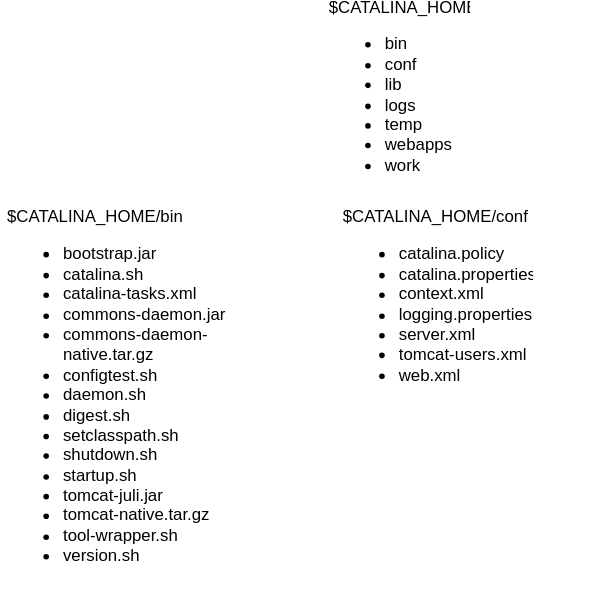
Before: tomcat distribution.svg, a diagram exported from draw.io (krisrad/graphics-tomcat). Source tidied: cells renumbered, new cells last; positions are measured from the earlier drawing's top-left corner, leaving out a move shared by most shapes. The source it was exported from:
```xml
<mxGraphModel background="#ffffff">
  <root>
    <mxCell id="0" />
    <mxCell id="1" parent="0" />
    <mxCell id="2" value="$CATALINA_HOME&lt;br&gt;&lt;ul&gt;&lt;li&gt;bin&lt;/li&gt;&lt;li&gt;conf&lt;/li&gt;&lt;li&gt;lib&lt;/li&gt;&lt;li&gt;logs&lt;/li&gt;&lt;li&gt;temp&lt;/li&gt;&lt;li&gt;webapps&lt;/li&gt;&lt;li&gt;work&lt;br&gt;&lt;/li&gt;&lt;/ul&gt;" style="text;html=1;strokeColor=none;fillColor=none;spacing=5;spacingTop=-20;whiteSpace=wrap;overflow=hidden;" parent="1" vertex="1">
      <mxGeometry x="230" width="190" height="120" as="geometry" />
    </mxCell>
    <mxCell id="3" value="$CATALINA_HOME/conf&lt;br&gt;&lt;ul&gt;&lt;li&gt;catalina.policy&lt;/li&gt;&lt;li&gt;catalina.properties&lt;br&gt;&lt;/li&gt;&lt;li&gt;context.xml&lt;br&gt;&lt;/li&gt;&lt;li&gt;logging.properties&lt;br&gt;&lt;/li&gt;&lt;li&gt;server.xml&lt;br&gt;&lt;/li&gt;&lt;li&gt;tomcat-users.xml&lt;br&gt;&lt;/li&gt;&lt;li&gt;web.xml&lt;br&gt;&lt;/li&gt;&lt;/ul&gt;" style="text;html=1;strokeColor=none;fillColor=none;spacing=5;spacingTop=-20;whiteSpace=wrap;overflow=hidden;" parent="1" vertex="1">
      <mxGeometry x="240" y="150" width="190" height="120" as="geometry" />
    </mxCell>
    <mxCell id="4" value="$CATALINA_HOME/bin&lt;br&gt;&lt;ul&gt;&lt;li&gt;bootstrap.jar&lt;br&gt;&lt;/li&gt;&lt;li&gt;catalina.sh&lt;br&gt;&lt;/li&gt;&lt;li&gt;catalina-tasks.xml&lt;br&gt;&lt;/li&gt;&lt;li&gt;commons-daemon.jar&lt;/li&gt;&lt;li&gt;commons-daemon-native.tar.gz&lt;br&gt;&lt;/li&gt;&lt;li&gt;configtest.sh&lt;br&gt;&lt;/li&gt;&lt;li&gt;daemon.sh&lt;br&gt;&lt;/li&gt;&lt;li&gt;digest.sh&lt;/li&gt;&lt;li&gt;setclasspath.sh&lt;/li&gt;&lt;li&gt;shutdown.sh&lt;/li&gt;&lt;li&gt;startup.sh&lt;/li&gt;&lt;li&gt;tomcat-juli.jar&lt;/li&gt;&lt;li&gt;tomcat-native.tar.gz&lt;/li&gt;&lt;li&gt;tool-wrapper.sh&lt;/li&gt;&lt;li&gt;version.sh&lt;br&gt;&lt;/li&gt;&lt;/ul&gt;" style="text;html=1;strokeColor=none;fillColor=none;spacing=5;spacingTop=-20;whiteSpace=wrap;overflow=hidden;" parent="1" vertex="1">
      <mxGeometry y="150" width="240" height="260" as="geometry" />
    </mxCell>
  </root>
</mxGraphModel>
```
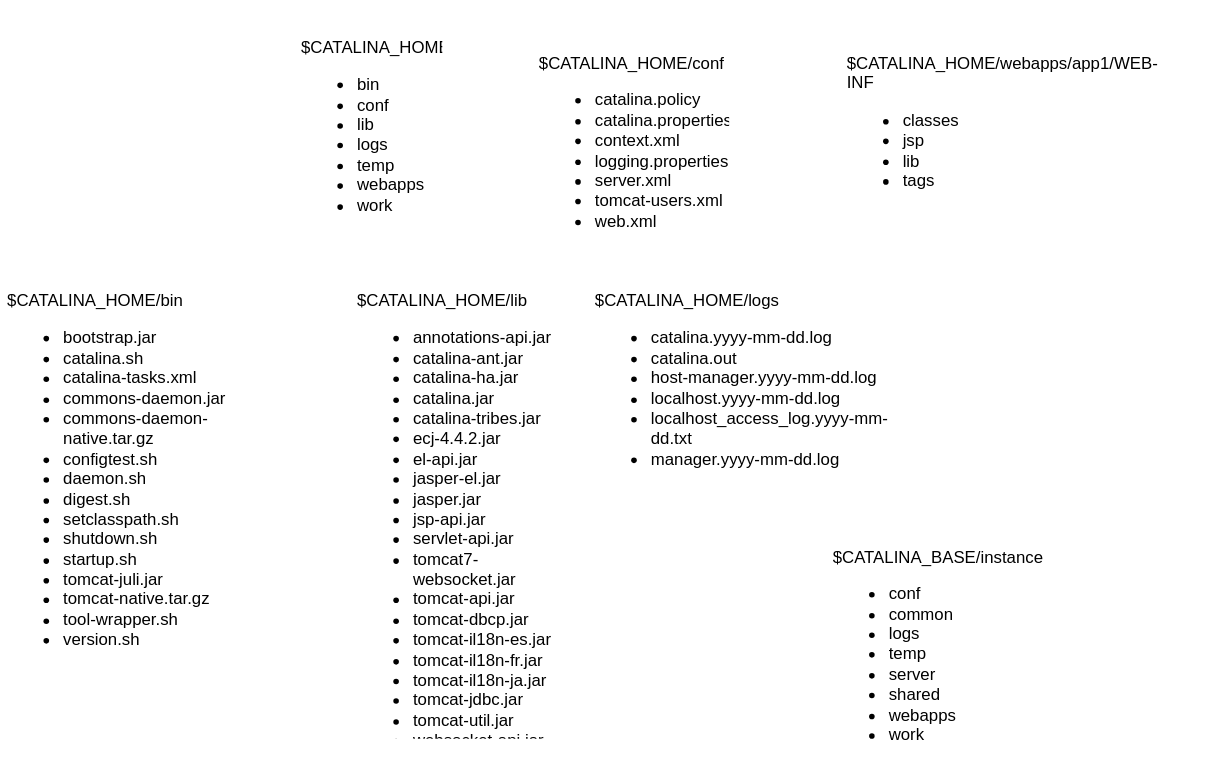
After the commit.

Change to the diagram source:
```diff
@@ -2,14 +2,26 @@
   <root>
     <mxCell id="0" />
     <mxCell id="1" parent="0" />
-    <mxCell id="2" value="$CATALINA_HOME&lt;br&gt;&lt;ul&gt;&lt;li&gt;bin&lt;/li&gt;&lt;li&gt;conf&lt;/li&gt;&lt;li&gt;lib&lt;/li&gt;&lt;li&gt;logs&lt;/li&gt;&lt;li&gt;temp&lt;/li&gt;&lt;li&gt;webapps&lt;/li&gt;&lt;li&gt;work&lt;br&gt;&lt;/li&gt;&lt;/ul&gt;" style="text;html=1;strokeColor=none;fillColor=none;spacing=5;spacingTop=-20;whiteSpace=wrap;overflow=hidden;" parent="1" vertex="1">
-      <mxGeometry x="230" width="190" height="120" as="geometry" />
+    <mxCell id="2" value="&lt;br&gt;&lt;br&gt;$CATALINA_HOME&lt;br&gt;&lt;ul&gt;&lt;li&gt;bin&lt;/li&gt;&lt;li&gt;conf&lt;/li&gt;&lt;li&gt;lib&lt;/li&gt;&lt;li&gt;logs&lt;/li&gt;&lt;li&gt;temp&lt;/li&gt;&lt;li&gt;webapps&lt;/li&gt;&lt;li&gt;work&lt;br&gt;&lt;/li&gt;&lt;/ul&gt;" style="text;html=1;strokeColor=none;fillColor=none;spacing=5;spacingTop=-20;whiteSpace=wrap;overflow=hidden;" parent="1" vertex="1">
+      <mxGeometry x="160" y="-110" width="190" height="160" as="geometry" />
     </mxCell>
     <mxCell id="3" value="$CATALINA_HOME/conf&lt;br&gt;&lt;ul&gt;&lt;li&gt;catalina.policy&lt;/li&gt;&lt;li&gt;catalina.properties&lt;br&gt;&lt;/li&gt;&lt;li&gt;context.xml&lt;br&gt;&lt;/li&gt;&lt;li&gt;logging.properties&lt;br&gt;&lt;/li&gt;&lt;li&gt;server.xml&lt;br&gt;&lt;/li&gt;&lt;li&gt;tomcat-users.xml&lt;br&gt;&lt;/li&gt;&lt;li&gt;web.xml&lt;br&gt;&lt;/li&gt;&lt;/ul&gt;" style="text;html=1;strokeColor=none;fillColor=none;spacing=5;spacingTop=-20;whiteSpace=wrap;overflow=hidden;" parent="1" vertex="1">
-      <mxGeometry x="240" y="150" width="190" height="120" as="geometry" />
+      <mxGeometry x="330" y="-70" width="190" height="120" as="geometry" />
     </mxCell>
     <mxCell id="4" value="$CATALINA_HOME/bin&lt;br&gt;&lt;ul&gt;&lt;li&gt;bootstrap.jar&lt;br&gt;&lt;/li&gt;&lt;li&gt;catalina.sh&lt;br&gt;&lt;/li&gt;&lt;li&gt;catalina-tasks.xml&lt;br&gt;&lt;/li&gt;&lt;li&gt;commons-daemon.jar&lt;/li&gt;&lt;li&gt;commons-daemon-native.tar.gz&lt;br&gt;&lt;/li&gt;&lt;li&gt;configtest.sh&lt;br&gt;&lt;/li&gt;&lt;li&gt;daemon.sh&lt;br&gt;&lt;/li&gt;&lt;li&gt;digest.sh&lt;/li&gt;&lt;li&gt;setclasspath.sh&lt;/li&gt;&lt;li&gt;shutdown.sh&lt;/li&gt;&lt;li&gt;startup.sh&lt;/li&gt;&lt;li&gt;tomcat-juli.jar&lt;/li&gt;&lt;li&gt;tomcat-native.tar.gz&lt;/li&gt;&lt;li&gt;tool-wrapper.sh&lt;/li&gt;&lt;li&gt;version.sh&lt;br&gt;&lt;/li&gt;&lt;/ul&gt;" style="text;html=1;strokeColor=none;fillColor=none;spacing=5;spacingTop=-20;whiteSpace=wrap;overflow=hidden;" parent="1" vertex="1">
-      <mxGeometry y="150" width="240" height="260" as="geometry" />
+      <mxGeometry x="-50" y="100" width="240" height="260" as="geometry" />
     </mxCell>
+    <mxCell id="5" value="$CATALINA_HOME/lib&lt;br&gt;&lt;ul&gt;&lt;li&gt;annotations-api.jar&lt;br&gt;&lt;/li&gt;&lt;li&gt;catalina-ant.jar&lt;br&gt;&lt;/li&gt;&lt;li&gt;catalina-ha.jar&lt;br&gt;&lt;/li&gt;&lt;li&gt;catalina.jar&lt;br&gt;&lt;/li&gt;&lt;li&gt;catalina-tribes.jar&lt;br&gt;&lt;/li&gt;&lt;li&gt;ecj-4.4.2.jar&lt;br&gt;&lt;/li&gt;&lt;li&gt;el-api.jar&lt;br&gt;&lt;/li&gt;&lt;li&gt;jasper-el.jar&lt;br&gt;&lt;/li&gt;&lt;li&gt;jasper.jar&lt;br&gt;&lt;/li&gt;&lt;li&gt;jsp-api.jar&lt;br&gt;&lt;/li&gt;&lt;li&gt;servlet-api.jar&lt;br&gt;&lt;/li&gt;&lt;li&gt;tomcat7-websocket.jar&lt;/li&gt;&lt;li&gt;tomcat-api.jar&lt;/li&gt;&lt;li&gt;tomcat-dbcp.jar&lt;/li&gt;&lt;li&gt;tomcat-il18n-es.jar&lt;/li&gt;&lt;li&gt;tomcat-il18n-fr.jar&lt;/li&gt;&lt;li&gt;tomcat-il18n-ja.jar&lt;/li&gt;&lt;li&gt;tomcat-jdbc.jar&lt;/li&gt;&lt;li&gt;tomcat-util.jar&lt;/li&gt;&lt;li&gt;websocket-api.jar&lt;br&gt;&lt;/li&gt;&lt;/ul&gt;" style="text;html=1;strokeColor=none;fillColor=none;spacing=5;spacingTop=-20;whiteSpace=wrap;overflow=hidden;" parent="1" vertex="1">
+      <mxGeometry x="200" y="100" width="240" height="310" as="geometry" />
+    </mxCell>
+    <mxCell id="6" value="$CATALINA_HOME/logs&lt;br&gt;&lt;ul&gt;&lt;li&gt;catalina.yyyy-mm-dd.log&lt;/li&gt;&lt;li&gt;catalina.out&lt;br&gt;&lt;/li&gt;&lt;li&gt;host-manager.yyyy-mm-dd.log&lt;br&gt;&lt;/li&gt;&lt;li&gt;localhost.yyyy-mm-dd.log&lt;br&gt;&lt;/li&gt;&lt;li&gt;localhost_access_log.yyyy-mm-dd.txt&lt;br&gt;&lt;/li&gt;&lt;li&gt;manager.yyyy-mm-dd.log&lt;br&gt;&lt;/li&gt;&lt;/ul&gt;" style="text;html=1;strokeColor=none;fillColor=none;spacing=5;spacingTop=-20;whiteSpace=wrap;overflow=hidden;" parent="1" vertex="1">
+      <mxGeometry x="370" y="100" width="250" height="120" as="geometry" />
+    </mxCell>
+    <mxCell id="7" value="$CATALINA_HOME/webapps/app1/WEB-INF&lt;br&gt;&lt;ul&gt;&lt;li&gt;classes&lt;br&gt;&lt;/li&gt;&lt;li&gt;jsp&lt;br&gt;&lt;/li&gt;&lt;li&gt;lib&lt;br&gt;&lt;/li&gt;&lt;li&gt;tags&lt;br&gt;&lt;/li&gt;&lt;li&gt;web.xml&lt;br&gt;&lt;/li&gt;&lt;/ul&gt;" style="text;html=1;strokeColor=none;fillColor=none;spacing=5;spacingTop=-20;whiteSpace=wrap;overflow=hidden;" parent="1" vertex="1">
+      <mxGeometry x="550" y="-70" width="260" height="90" as="geometry" />
+    </mxCell>
+    <mxCell id="8" value="&lt;br&gt;&lt;br&gt;$CATALINA_BASE/instance1&lt;br&gt;&lt;ul&gt;&lt;li&gt;conf&lt;/li&gt;&lt;li&gt;common&lt;br&gt;&lt;/li&gt;&lt;li&gt;logs&lt;br&gt;&lt;/li&gt;&lt;li&gt;temp&lt;br&gt;&lt;/li&gt;&lt;li&gt;server&lt;/li&gt;&lt;li&gt;shared&lt;br&gt;&lt;/li&gt;&lt;li&gt;webapps&lt;/li&gt;&lt;li&gt;work&lt;br&gt;&lt;/li&gt;&lt;/ul&gt;" style="text;html=1;strokeColor=none;fillColor=none;spacing=5;spacingTop=-20;whiteSpace=wrap;overflow=hidden;" parent="1" vertex="1">
+      <mxGeometry x="540" y="254" width="190" height="176" as="geometry" />
+    </mxCell>
   </root>
 </mxGraphModel>
```
